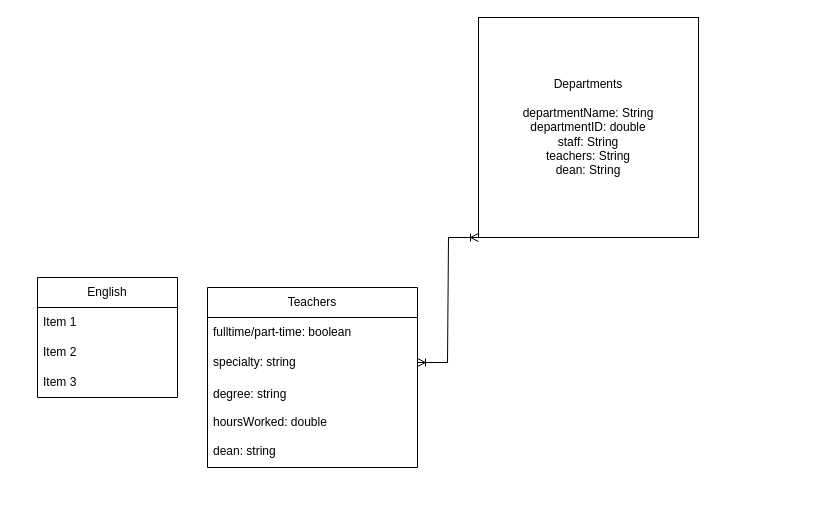
The draw.io diagram Untitled Diagram.drawio in deadmau55555/PC2-Project---Dominc-Read-Prasan, before the edit. Source tidied: cells renumbered, new cells numbered last; positions are measured from the earlier drawing's top-left corner, leaving out a move shared by most shapes. Both pictures are drawn from the tidied source at 100%, with x=0, y=0 at pixel (37, 17).
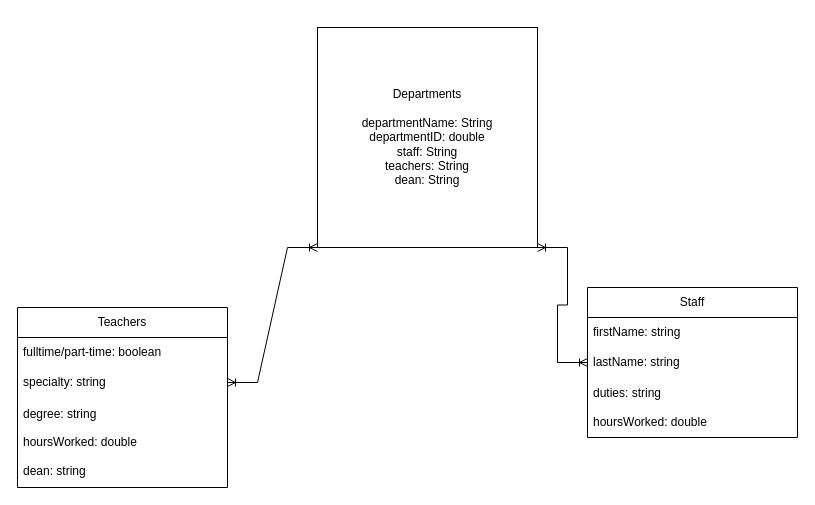
Above is the later version.

Diff of the diagram source:
```diff
@@
 <mxGraphModel>
   <root>
     <mxCell id="0" />
     <mxCell id="1" parent="0" />
-    <mxCell id="2" value="English" style="swimlane;fontStyle=0;horizontal=1;startSize=30;whiteSpace=wrap;html=1;" parent="1" vertex="1">
-      <mxGeometry y="260" width="140" height="120" as="geometry" />
-    </mxCell>
-    <mxCell id="3" value="Item 1" style="text;strokeColor=none;fillColor=none;align=left;verticalAlign=middle;spacingLeft=4;spacingRight=4;overflow=hidden;whiteSpace=wrap;html=1;" parent="2" vertex="1">
-      <mxGeometry y="30" width="140" height="30" as="geometry" />
-    </mxCell>
-    <mxCell id="4" value="Item 2" style="text;strokeColor=none;fillColor=none;align=left;verticalAlign=middle;spacingLeft=4;spacingRight=4;overflow=hidden;whiteSpace=wrap;html=1;" parent="2" vertex="1">
-      <mxGeometry y="60" width="140" height="30" as="geometry" />
-    </mxCell>
-    <mxCell id="5" value="Item 3" style="text;strokeColor=none;fillColor=none;align=left;verticalAlign=middle;spacingLeft=4;spacingRight=4;overflow=hidden;whiteSpace=wrap;html=1;" parent="2" vertex="1">
-      <mxGeometry y="90" width="140" height="30" as="geometry" />
-    </mxCell>
     <mxCell id="6" value="Departments&lt;br&gt;&lt;br&gt;departmentName: String&lt;br&gt;departmentID: double&lt;br&gt;staff: String&lt;br&gt;teachers: String&lt;br&gt;dean: String" style="whiteSpace=wrap;html=1;" parent="1" vertex="1">
-      <mxGeometry x="441" width="220" height="220" as="geometry" />
+      <mxGeometry x="280" y="10" width="220" height="220" as="geometry" />
     </mxCell>
     <mxCell id="7" value="Teachers" style="swimlane;fontStyle=0;horizontal=1;startSize=30;whiteSpace=wrap;html=1;" parent="1" vertex="1">
-      <mxGeometry x="170" y="270" width="210" height="180" as="geometry" />
+      <mxGeometry x="-20" y="290" width="210" height="180" as="geometry" />
     </mxCell>
     <mxCell id="8" value="fulltime/part-time: boolean" style="text;strokeColor=none;fillColor=none;align=left;verticalAlign=middle;spacingLeft=4;spacingRight=4;overflow=hidden;whiteSpace=wrap;html=1;" parent="7" vertex="1">
       <mxGeometry y="30" width="210" height="30" as="geometry" />
     </mxCell>
     <mxCell id="9" value="specialty: string" style="text;strokeColor=none;fillColor=none;align=left;verticalAlign=middle;spacingLeft=4;spacingRight=4;overflow=hidden;points=[[0,0.5],[1,0.5]];portConstraint=eastwest;whiteSpace=wrap;html=1;" parent="7" vertex="1">
       <mxGeometry y="60" width="210" height="30" as="geometry" />
     </mxCell>
     <mxCell id="10" value="degree: string&lt;br&gt;&lt;br&gt;hoursWorked: double&lt;br&gt;&lt;br&gt;dean: string" style="text;strokeColor=none;fillColor=none;align=left;verticalAlign=middle;spacingLeft=4;spacingRight=4;overflow=hidden;whiteSpace=wrap;html=1;" parent="7" vertex="1">
       <mxGeometry y="90" width="210" height="90" as="geometry" />
     </mxCell>
     <mxCell id="11" style="edgeStyle=entityRelationEdgeStyle;fontSize=12;html=1;endArrow=ERoneToMany;startArrow=ERoneToMany;rounded=0;exitX=1;exitY=0.5;exitDx=0;exitDy=0;entryX=0;entryY=1;entryDx=0;entryDy=0;" parent="1" edge="1" source="9" target="6">
       <mxGeometry relative="1" as="geometry" />
     </mxCell>
+    <mxCell id="12" value="Staff" style="swimlane;fontStyle=0;horizontal=1;startSize=30;whiteSpace=wrap;html=1;" parent="1" vertex="1">
+      <mxGeometry x="550" y="270" width="210" height="150" as="geometry" />
+    </mxCell>
+    <mxCell id="13" value="firstName: string" style="text;strokeColor=none;fillColor=none;align=left;verticalAlign=middle;spacingLeft=4;spacingRight=4;overflow=hidden;whiteSpace=wrap;html=1;" parent="12" vertex="1">
+      <mxGeometry y="30" width="210" height="30" as="geometry" />
+    </mxCell>
+    <mxCell id="14" value="lastName: string" style="text;strokeColor=none;fillColor=none;align=left;verticalAlign=middle;spacingLeft=4;spacingRight=4;overflow=hidden;points=[[0,0.5],[1,0.5]];portConstraint=eastwest;whiteSpace=wrap;html=1;" parent="12" vertex="1">
+      <mxGeometry y="60" width="210" height="30" as="geometry" />
+    </mxCell>
+    <mxCell id="15" value="duties: string&lt;br&gt;&lt;br&gt;hoursWorked: double" style="text;strokeColor=none;fillColor=none;align=left;verticalAlign=middle;spacingLeft=4;spacingRight=4;overflow=hidden;whiteSpace=wrap;html=1;" parent="12" vertex="1">
+      <mxGeometry y="90" width="210" height="60" as="geometry" />
+    </mxCell>
+    <mxCell id="16" style="edgeStyle=entityRelationEdgeStyle;fontSize=12;html=1;endArrow=ERoneToMany;startArrow=ERoneToMany;rounded=0;exitX=1;exitY=1;exitDx=0;exitDy=0;entryX=0;entryY=0.5;entryDx=0;entryDy=0;" parent="1" edge="1" source="6" target="14">
+      <mxGeometry relative="1" as="geometry" />
+    </mxCell>
   </root>
 </mxGraphModel>
```
